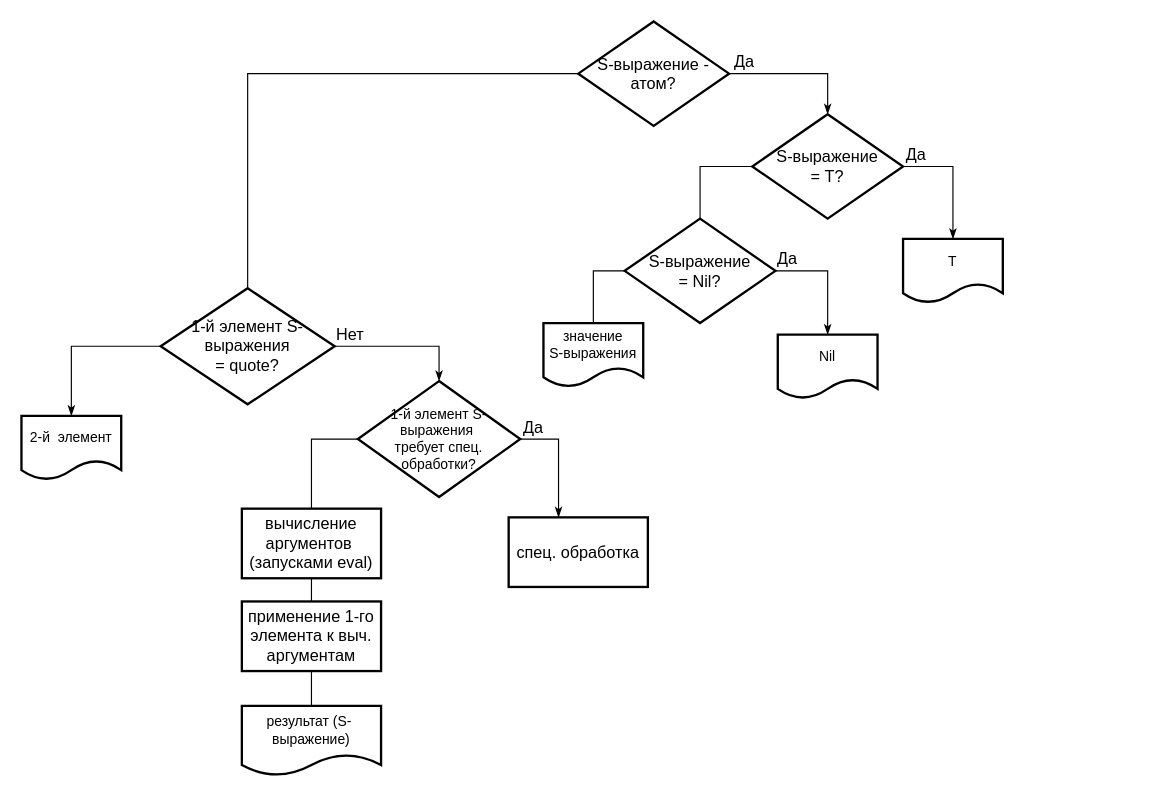
Before: lab_02/img/eval.drawio in alena-zayts/BMSTU_6sem_FaLP, a draw.io diagram. Source tidied: cells renumbered, new cells numbered last; positions are measured from the earlier drawing's top-left corner, leaving out a move shared by most shapes. Both pictures are drawn from the tidied source at 116%, with x=0, y=0 at pixel (21, 21).
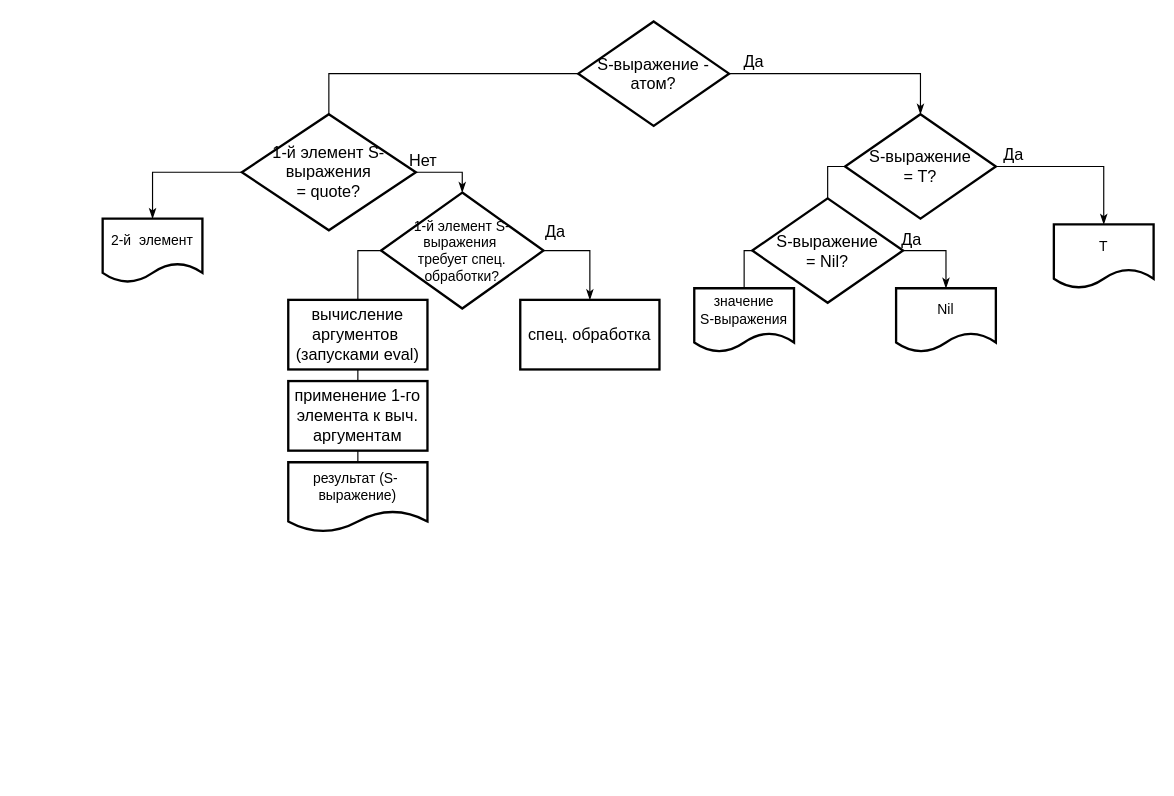
After the change.

Unchanged cells that the change refers to:
```xml
<mxCell id="4" value="S-выражение - &lt;br&gt;атом?" style="rhombus;whiteSpace=wrap;html=1;strokeWidth=2;fontSize=14;" parent="1" vertex="1">
  <mxGeometry x="480" width="130" height="90" as="geometry" />
</mxCell>
```

What changed in the source:
```diff
@@
     <mxCell id="2" value="Да" style="edgeStyle=orthogonalEdgeStyle;rounded=0;jettySize=auto;html=1;exitX=1;exitY=0.5;exitDx=0;exitDy=0;entryX=0.5;entryY=0;entryDx=0;entryDy=0;endArrow=classicThin;endFill=1;fontSize=14;" parent="1" edge="1" source="4" target="7">
       <mxGeometry x="-0.79" y="10" relative="1" as="geometry">
         <Array as="points">
-          <mxPoint x="695" y="45" />
+          <mxPoint x="775" y="45" />
         </Array>
       </mxGeometry>
     </mxCell>
@@
     <mxCell id="5" value="Да" style="edgeStyle=orthogonalEdgeStyle;rounded=0;jettySize=auto;html=1;exitX=1;exitY=0.5;exitDx=0;exitDy=0;entryX=0.5;entryY=0;entryDx=0;entryDy=0;endArrow=classicThin;endFill=1;fontSize=14;" parent="1" edge="1" source="7" target="12">
       <mxGeometry x="-0.79" y="10" relative="1" as="geometry">
         <Array as="points">
-          <mxPoint x="803" y="125" />
+          <mxPoint x="933" y="125" />
         </Array>
       </mxGeometry>
     </mxCell>
@@
     <mxCell id="7" value="S-выражение &lt;br&gt;= T?" style="rhombus;whiteSpace=wrap;html=1;strokeWidth=2;fontSize=14;" parent="1" vertex="1">
-      <mxGeometry x="630" y="80" width="130" height="90" as="geometry" />
+      <mxGeometry x="710" y="80" width="130" height="90" as="geometry" />
     </mxCell>
     <mxCell id="8" value="Да" style="edgeStyle=orthogonalEdgeStyle;rounded=0;jettySize=auto;html=1;exitX=1;exitY=0.5;exitDx=0;exitDy=0;entryX=0.5;entryY=0;entryDx=0;entryDy=0;endArrow=classicThin;endFill=1;fontSize=14;" parent="1" edge="1" source="10" target="11">
       <mxGeometry x="-0.79" y="10" relative="1" as="geometry">
         <Array as="points">
-          <mxPoint x="695" y="215" />
+          <mxPoint x="797" y="198" />
         </Array>
       </mxGeometry>
     </mxCell>
@@
     <mxCell id="10" value="S-выражение &lt;br&gt;= Nil?" style="rhombus;whiteSpace=wrap;html=1;strokeWidth=2;fontSize=14;" parent="1" vertex="1">
-      <mxGeometry x="520" y="170" width="130" height="90" as="geometry" />
+      <mxGeometry x="630" y="152.5" width="130" height="90" as="geometry" />
     </mxCell>
     <mxCell id="11" value="Nil" style="shape=document;whiteSpace=wrap;html=1;boundedLbl=1;strokeWidth=2;" parent="1" vertex="1">
-      <mxGeometry x="652" y="270" width="86" height="55" as="geometry" />
+      <mxGeometry x="754" y="230" width="86" height="55" as="geometry" />
     </mxCell>
     <mxCell id="12" value="T" style="shape=document;whiteSpace=wrap;html=1;boundedLbl=1;strokeWidth=2;" parent="1" vertex="1">
-      <mxGeometry x="760" y="187.5" width="86" height="55" as="geometry" />
+      <mxGeometry x="890" y="175" width="86" height="55" as="geometry" />
     </mxCell>
     <mxCell id="13" value="значение &lt;br&gt;S-выражения" style="shape=document;whiteSpace=wrap;html=1;boundedLbl=1;strokeWidth=2;" parent="1" vertex="1">
-      <mxGeometry x="450" y="260" width="86" height="55" as="geometry" />
+      <mxGeometry x="580" y="230" width="86" height="55" as="geometry" />
     </mxCell>
     <mxCell id="14" value="спец. обработка" style="rounded=0;whiteSpace=wrap;html=1;strokeWidth=2;fontSize=14;" parent="1" vertex="1">
-      <mxGeometry x="420" y="427.5" width="120" height="60" as="geometry" />
+      <mxGeometry x="430" y="240" width="120" height="60" as="geometry" />
     </mxCell>
     <mxCell id="15" value="Нет" style="edgeStyle=orthogonalEdgeStyle;rounded=0;jettySize=auto;html=1;exitX=1;exitY=0.5;exitDx=0;exitDy=0;entryX=0.5;entryY=0;entryDx=0;entryDy=0;endArrow=classicThin;endFill=1;fontSize=14;" parent="1" edge="1" source="17" target="20">
       <mxGeometry x="-0.79" y="10" relative="1" as="geometry">
         <Array as="points">
-          <mxPoint x="360" y="280" />
+          <mxPoint x="380" y="130" />
         </Array>
       </mxGeometry>
     </mxCell>
@@
     <mxCell id="17" value="1-й элемент S-выражения &lt;br&gt;= quote?" style="rhombus;whiteSpace=wrap;html=1;strokeWidth=2;fontSize=14;" parent="1" vertex="1">
-      <mxGeometry x="120" y="230" width="150" height="100" as="geometry" />
+      <mxGeometry x="190" y="80" width="150" height="100" as="geometry" />
     </mxCell>
-    <mxCell id="18" value="Да" style="edgeStyle=orthogonalEdgeStyle;rounded=0;jettySize=auto;html=1;exitX=1;exitY=0.5;exitDx=0;exitDy=0;endArrow=classicThin;endFill=1;fontSize=14;" parent="1" edge="1" source="20" target="14">
-      <mxGeometry x="-0.79" y="10" relative="1" as="geometry">
+    <mxCell id="18" value="Да" style="edgeStyle=orthogonalEdgeStyle;rounded=0;jettySize=auto;html=1;exitX=1;exitY=0.5;exitDx=0;exitDy=0;endArrow=classicThin;endFill=1;fontSize=14;entryX=0.5;entryY=0;entryDx=0;entryDy=0;" parent="1" edge="1" source="20" target="14">
+      <mxGeometry x="-0.76" y="18" relative="1" as="geometry">
         <Array as="points">
-          <mxPoint x="463" y="360" />
+          <mxPoint x="490" y="198" />
         </Array>
+        <mxPoint y="1" as="offset" />
       </mxGeometry>
     </mxCell>
@@
     <mxCell id="20" value="1-й элемент S-выражения&amp;nbsp;&lt;br style=&quot;font-size: 12px;&quot;&gt;требует спец. обработки?" style="rhombus;whiteSpace=wrap;html=1;strokeWidth=2;fontSize=12;" parent="1" vertex="1">
-      <mxGeometry x="290" y="310" width="140" height="100" as="geometry" />
+      <mxGeometry x="310" y="147.5" width="140" height="100" as="geometry" />
     </mxCell>
     <mxCell id="21" value="результат (S-&amp;nbsp; выражение)" style="shape=document;whiteSpace=wrap;html=1;boundedLbl=1;strokeWidth=2;" parent="1" vertex="1">
-      <mxGeometry x="190" y="590" width="120" height="60" as="geometry" />
+      <mxGeometry x="230" y="380" width="120" height="60" as="geometry" />
     </mxCell>
@@
     <mxCell id="23" value="вычисление аргументов&amp;nbsp; (запусками eval)" style="rounded=0;whiteSpace=wrap;html=1;strokeWidth=2;fontSize=14;" parent="1" vertex="1">
-      <mxGeometry x="190" y="420" width="120" height="60" as="geometry" />
+      <mxGeometry x="230" y="240" width="120" height="60" as="geometry" />
     </mxCell>
@@
     <mxCell id="25" value="применение 1-го элемента к выч. аргументам" style="rounded=0;whiteSpace=wrap;html=1;strokeWidth=2;fontSize=14;" parent="1" vertex="1">
-      <mxGeometry x="190" y="500" width="120" height="60" as="geometry" />
+      <mxGeometry x="230" y="310" width="120" height="60" as="geometry" />
     </mxCell>
     <mxCell id="26" value="2-й&amp;nbsp; элемент" style="shape=document;whiteSpace=wrap;html=1;boundedLbl=1;strokeWidth=2;" parent="1" vertex="1">
-      <mxGeometry y="340" width="86" height="55" as="geometry" />
+      <mxGeometry x="70" y="170" width="86" height="55" as="geometry" />
     </mxCell>
```
